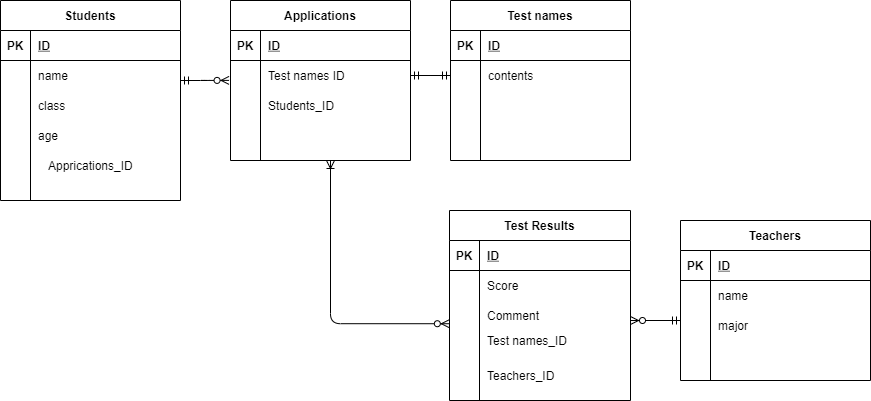
This is .drawio.png from mioirie/20220103omi, a draw.io export, as it was before one commit. Source tidied: cells renumbered, new cells last; positions are measured from the earlier drawing's top-left corner, leaving out a move shared by most shapes.
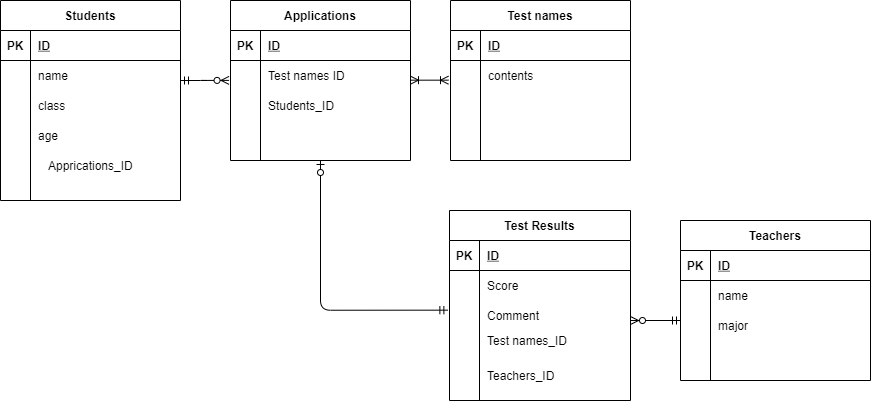
Above is the later version.

The edit, as a diff of the source:
```diff
@@ -208,24 +208,25 @@
     <mxCell id="69" value="Teachers_ID" style="shape=partialRectangle;fillColor=none;top=0;left=0;bottom=0;right=0;align=left;spacingLeft=6;overflow=hidden;" parent="1" vertex="1">
       <mxGeometry x="479" y="360" width="151" height="30" as="geometry" />
     </mxCell>
-    <mxCell id="70" style="edgeStyle=entityRelationEdgeStyle;fontSize=12;html=1;endArrow=ERmandOne;startArrow=ERmandOne;entryX=0;entryY=0.5;entryDx=0;entryDy=0;exitX=1;exitY=0.5;exitDx=0;exitDy=0;" parent="1" edge="1" source="58" target="32">
-      <mxGeometry relative="1" as="geometry" />
-    </mxCell>
     <mxCell id="71" style="edgeStyle=entityRelationEdgeStyle;fontSize=12;html=1;endArrow=ERzeroToMany;startArrow=ERmandOne;entryX=-0.008;entryY=0.663;entryDx=0;entryDy=0;entryPerimeter=0;" parent="1" edge="1" target="58">
       <mxGeometry relative="1" as="geometry">
         <mxPoint x="180" y="80" as="sourcePoint" />
       </mxGeometry>
     </mxCell>
-    <mxCell id="72" style="edgeStyle=orthogonalEdgeStyle;fontSize=12;html=1;endArrow=ERoneToMany;startArrow=ERzeroToMany;exitX=-0.001;exitY=0.774;exitDx=0;exitDy=0;exitPerimeter=0;" parent="1" edge="1" source="48">
-      <mxGeometry relative="1" as="geometry">
-        <mxPoint x="330" y="160" as="targetPoint" />
-      </mxGeometry>
-    </mxCell>
     <mxCell id="73" style="fontSize=12;html=1;endArrow=ERzeroToMany;startArrow=ERmandOne;" parent="1" edge="1">
       <mxGeometry relative="1" as="geometry">
         <mxPoint x="680" y="320" as="sourcePoint" />
         <mxPoint x="630" y="320" as="targetPoint" />
       </mxGeometry>
     </mxCell>
+    <mxCell id="74" style="fontSize=12;html=1;endArrow=ERoneToMany;startArrow=ERoneToMany;" parent="1" edge="1">
+      <mxGeometry relative="1" as="geometry">
+        <mxPoint x="410" y="79.7" as="sourcePoint" />
+        <mxPoint x="448" y="79.7" as="targetPoint" />
+      </mxGeometry>
+    </mxCell>
+    <mxCell id="75" style="edgeStyle=orthogonalEdgeStyle;fontSize=12;html=1;endArrow=ERzeroToOne;startArrow=ERmandOne;entryX=0.5;entryY=1;entryDx=0;entryDy=0;exitX=-0.009;exitY=0.322;exitDx=0;exitDy=0;exitPerimeter=0;" parent="1" edge="1" source="48" target="54">
+      <mxGeometry relative="1" as="geometry" />
+    </mxCell>
   </root>
 </mxGraphModel>
```
